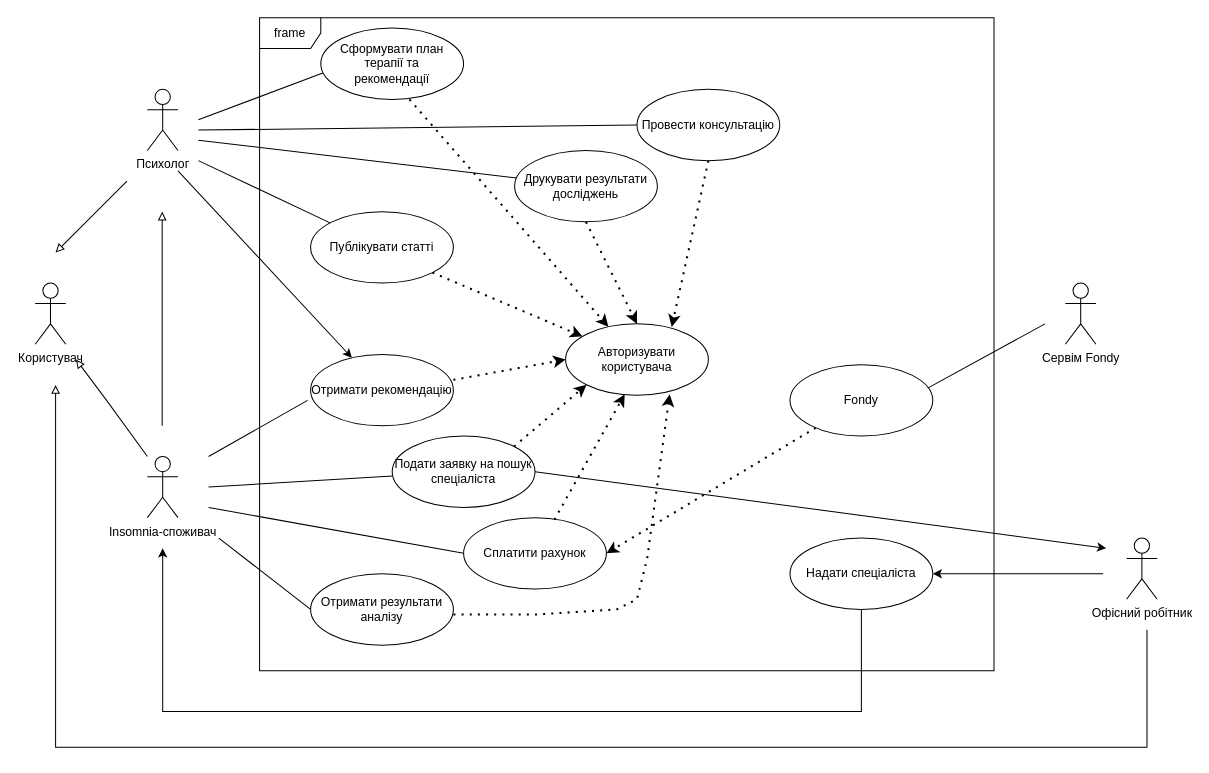
Earlier version of the draw.io diagram 1-SoftwareRequirements/1.3-SoftwareUserRequirements/1.3.3-UseCaseDiagram/UserCase.drawio (oleksandrblazhko/ai204-pargalova). Source tidied: cells renumbered, new cells numbered last; positions are measured from the earlier drawing's top-left corner, leaving out a move shared by most shapes. Both pictures are drawn from the tidied source at 102%, with x=0, y=0 at pixel (35, 17).
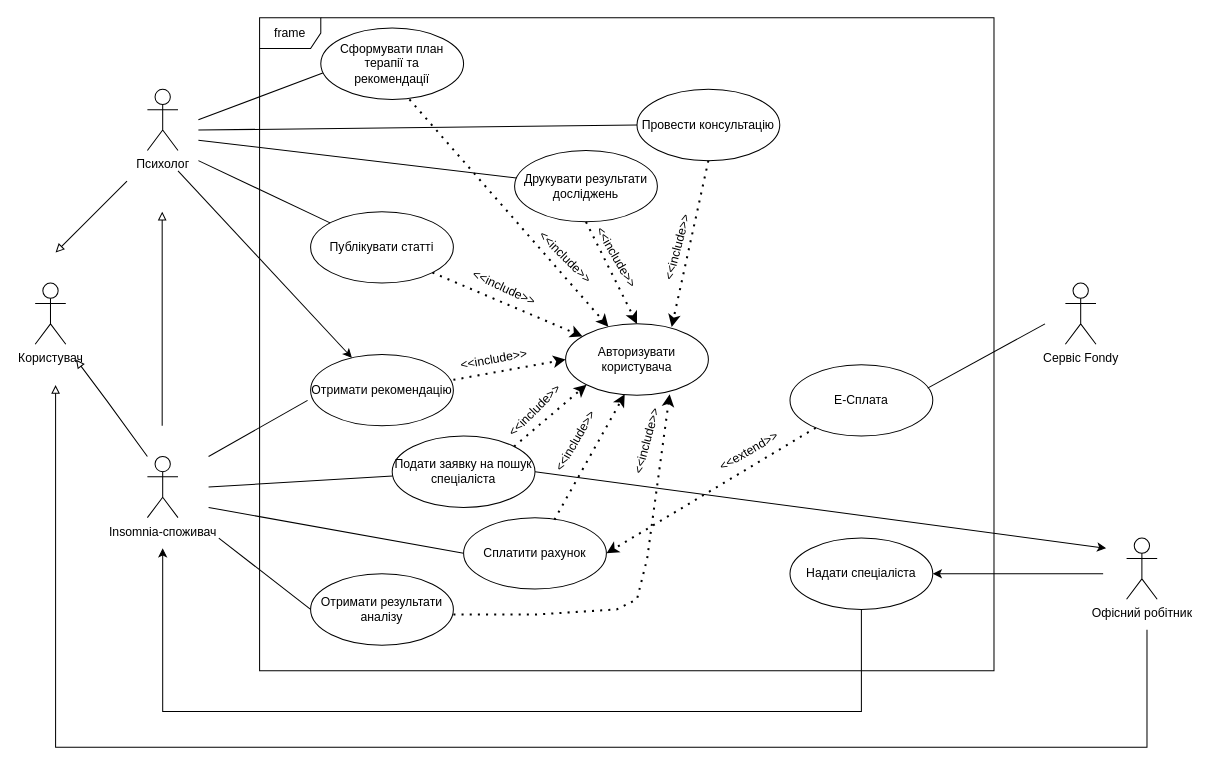
The same page after the edit.

What changed in the source:
```diff
@@
-    <mxCell id="20" value="Fondy" style="ellipse;whiteSpace=wrap;html=1;" parent="1" vertex="1">
+    <mxCell id="20" value="E-Сплата" style="ellipse;whiteSpace=wrap;html=1;" parent="1" vertex="1">
       <mxGeometry x="740" y="340" width="140" height="70" as="geometry" />
     </mxCell>
@@
-    <mxCell id="32" value="Сервім Fondy" style="shape=umlActor;verticalLabelPosition=bottom;verticalAlign=top;html=1;" parent="1" vertex="1">
+    <mxCell id="32" value="Сервіс Fondy" style="shape=umlActor;verticalLabelPosition=bottom;verticalAlign=top;html=1;" parent="1" vertex="1">
       <mxGeometry x="1010" y="260" width="30" height="60" as="geometry" />
     </mxCell>
@@
+    <mxCell id="45" value="&amp;lt;&amp;lt;include&amp;gt;&amp;gt;" style="text;html=1;strokeColor=none;fillColor=none;align=center;verticalAlign=middle;whiteSpace=wrap;rounded=0;rotation=-10;" parent="1" vertex="1">
+      <mxGeometry x="420" y="320" width="60" height="30" as="geometry" />
+    </mxCell>
+    <mxCell id="46" value="&amp;lt;&amp;lt;include&amp;gt;&amp;gt;" style="text;html=1;strokeColor=none;fillColor=none;align=center;verticalAlign=middle;whiteSpace=wrap;rounded=0;rotation=-45;" parent="1" vertex="1">
+      <mxGeometry x="460" y="370" width="60" height="30" as="geometry" />
+    </mxCell>
+    <mxCell id="47" value="&amp;lt;&amp;lt;include&amp;gt;&amp;gt;" style="text;html=1;strokeColor=none;fillColor=none;align=center;verticalAlign=middle;whiteSpace=wrap;rounded=0;rotation=25;" parent="1" vertex="1">
+      <mxGeometry x="430" y="250" width="60" height="30" as="geometry" />
+    </mxCell>
+    <mxCell id="48" value="&amp;lt;&amp;lt;include&amp;gt;&amp;gt;" style="text;html=1;strokeColor=none;fillColor=none;align=center;verticalAlign=middle;whiteSpace=wrap;rounded=0;rotation=-75;" parent="1" vertex="1">
+      <mxGeometry x="600" y="210" width="60" height="30" as="geometry" />
+    </mxCell>
+    <mxCell id="49" value="&amp;lt;&amp;lt;include&amp;gt;&amp;gt;" style="text;html=1;strokeColor=none;fillColor=none;align=center;verticalAlign=middle;whiteSpace=wrap;rounded=0;rotation=60;" parent="1" vertex="1">
+      <mxGeometry x="540" y="220" width="60" height="30" as="geometry" />
+    </mxCell>
+    <mxCell id="50" value="&amp;lt;&amp;lt;include&amp;gt;&amp;gt;" style="text;html=1;strokeColor=none;fillColor=none;align=center;verticalAlign=middle;whiteSpace=wrap;rounded=0;rotation=45;" parent="1" vertex="1">
+      <mxGeometry x="490" y="220" width="60" height="30" as="geometry" />
+    </mxCell>
+    <mxCell id="51" value="&amp;lt;&amp;lt;include&amp;gt;&amp;gt;" style="text;html=1;strokeColor=none;fillColor=none;align=center;verticalAlign=middle;whiteSpace=wrap;rounded=0;rotation=-60;" parent="1" vertex="1">
+      <mxGeometry x="500" y="400" width="60" height="30" as="geometry" />
+    </mxCell>
+    <mxCell id="52" value="&amp;lt;&amp;lt;include&amp;gt;&amp;gt;" style="text;html=1;strokeColor=none;fillColor=none;align=center;verticalAlign=middle;whiteSpace=wrap;rounded=0;rotation=-75;" parent="1" vertex="1">
+      <mxGeometry x="570" y="400" width="60" height="30" as="geometry" />
+    </mxCell>
+    <mxCell id="53" value="&amp;lt;&amp;lt;extend&amp;gt;&amp;gt;" style="text;html=1;strokeColor=none;fillColor=none;align=center;verticalAlign=middle;whiteSpace=wrap;rounded=0;rotation=-30;" parent="1" vertex="1">
+      <mxGeometry x="670" y="410" width="60" height="30" as="geometry" />
+    </mxCell>
```
